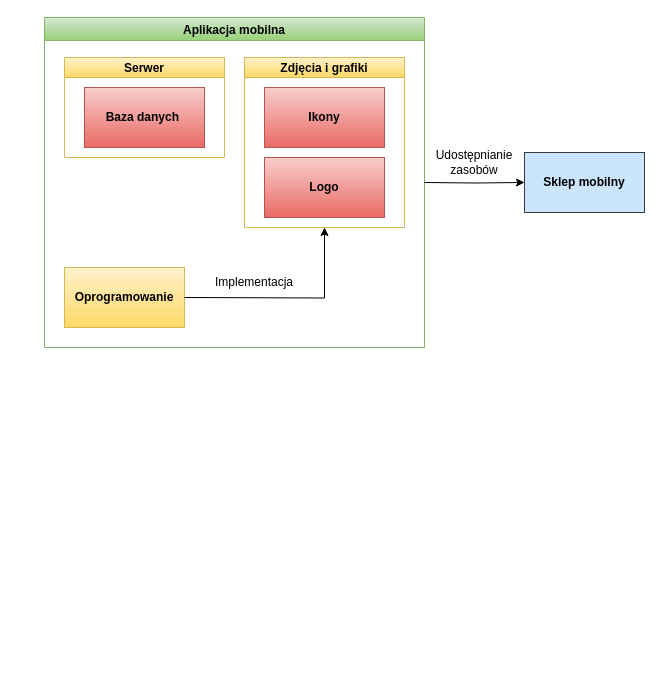
This is SystemPrzejazdówOsobowych.drawio from angelikawroblewska/System-przejazd-w-osobowych-, a draw.io file, before an edit. Source tidied: cells renumbered, new cells numbered last; positions are measured from the earlier drawing's top-left corner, leaving out a move shared by most shapes. Both pictures are drawn from the tidied source at 100%, with x=0, y=0 at pixel (24, 17).
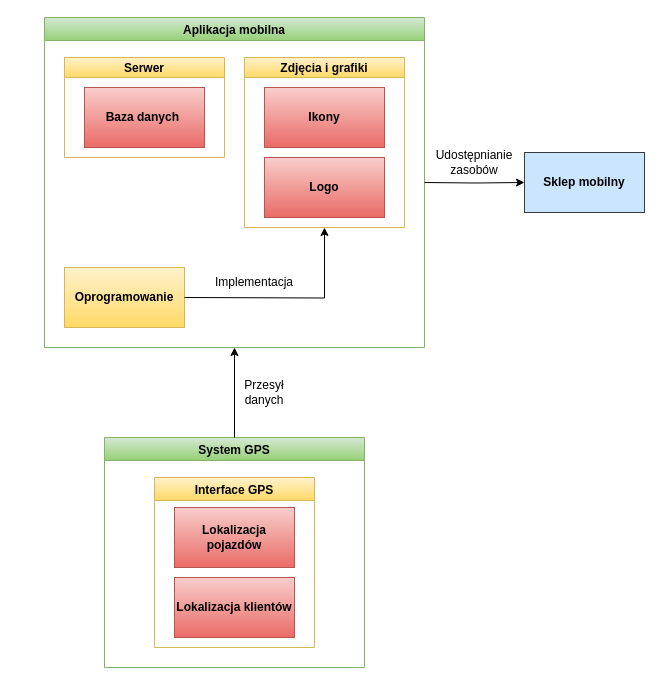
Above is the later version.

The change refers to these unchanged cells:
```xml
<mxCell id="2" value="Aplikacja mobilna" style="swimlane;fillColor=#d5e8d4;strokeColor=#82b366;gradientColor=#97d077;" parent="1" vertex="1">
  <mxGeometry x="20" width="380" height="330" as="geometry" />
</mxCell>
```

What changed in the source:
```diff
@@
+    <mxCell id="15" value="System GPS" style="swimlane;strokeWidth=1;gradientColor=#97d077;fillColor=#d5e8d4;strokeColor=#82b366;" parent="1" vertex="1">
+      <mxGeometry x="80" y="420" width="260" height="230" as="geometry" />
+    </mxCell>
+    <mxCell id="16" value="Interface GPS" style="swimlane;strokeWidth=1;fontStyle=1;gradientColor=#ffd966;fillColor=#fff2cc;strokeColor=#d6b656;" parent="15" vertex="1">
+      <mxGeometry x="50" y="40" width="160" height="170" as="geometry" />
+    </mxCell>
+    <mxCell id="17" value="Lokalizacja pojazdów" style="rounded=0;whiteSpace=wrap;html=1;strokeWidth=1;fontStyle=1;gradientColor=#ea6b66;fillColor=#f8cecc;strokeColor=#b85450;" parent="16" vertex="1">
+      <mxGeometry x="20" y="30" width="120" height="60" as="geometry" />
+    </mxCell>
+    <mxCell id="18" value="Lokalizacja klientów" style="rounded=0;whiteSpace=wrap;html=1;strokeWidth=1;fontStyle=1;gradientColor=#ea6b66;fillColor=#f8cecc;strokeColor=#b85450;" parent="16" vertex="1">
+      <mxGeometry x="20" y="100" width="120" height="60" as="geometry" />
+    </mxCell>
+    <mxCell id="19" style="endArrow=classic;html=1;rounded=0;edgeStyle=orthogonalEdgeStyle;exitX=0.5;exitY=0;exitDx=0;exitDy=0;entryX=0.5;entryY=1;entryDx=0;entryDy=0;" parent="1" edge="1" source="15" target="2">
+      <mxGeometry relative="1" as="geometry" />
+    </mxCell>
+    <mxCell id="20" value="Przesył danych" style="text;html=1;strokeColor=none;fillColor=none;align=center;verticalAlign=middle;whiteSpace=wrap;rounded=0;" parent="1" vertex="1">
+      <mxGeometry x="210" y="360" width="60" height="30" as="geometry" />
+    </mxCell>
```
